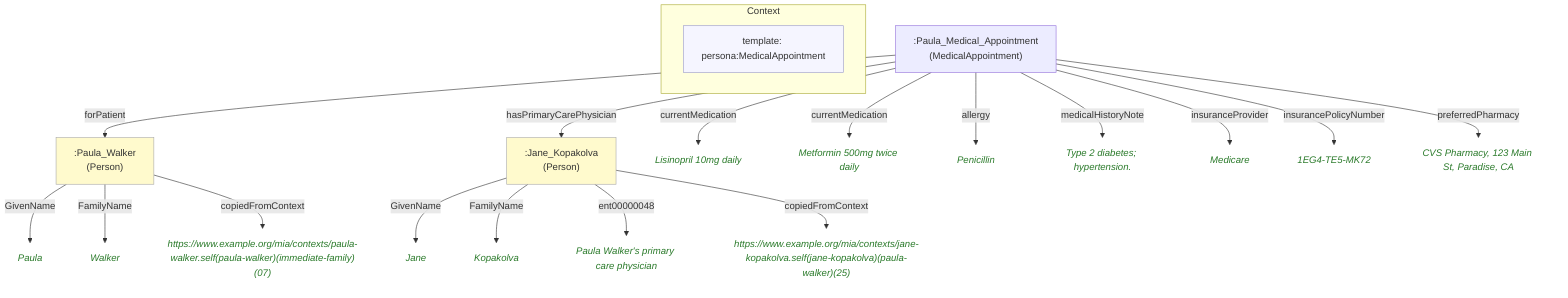
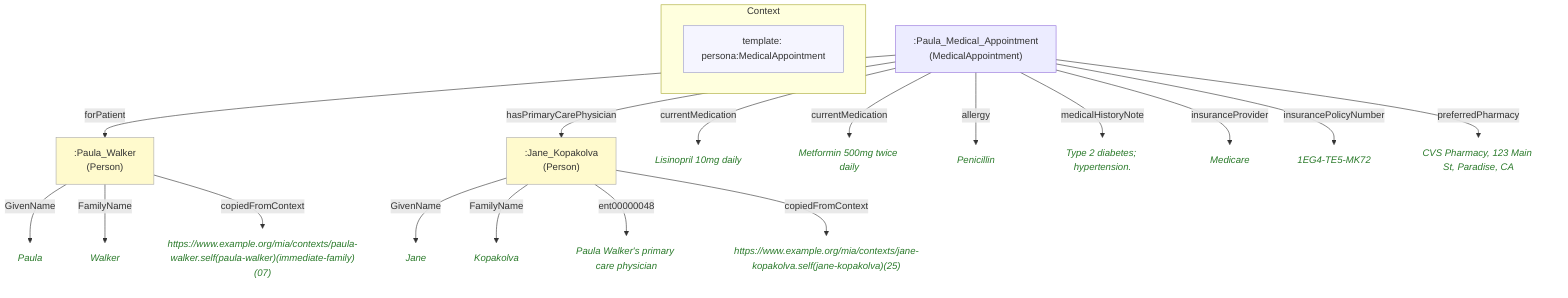
flowchart TD
    classDef person fill:#fffacd,stroke:#aaa,color:#333
    classDef grp    fill:#d4edda,stroke:#aaa,color:#333
    classDef org    fill:#cce5ff,stroke:#aaa,color:#333
    classDef lit    fill:none,stroke:none,font-style:italic,color:#2a7a2a
    classDef meta   fill:#f5f5ff,stroke:#9999cc,color:#333

    subgraph ctx["Context"]
        direction LR
        ctx_meta["template: persona:MedicalAppointment"]:::meta
    end

    naf30988316a0[":Jane_Kopakolva\n(Person)"]:::person
-     nb5a79386b637("Jane"):::lit
-     nf19915727fda("Kopakolva"):::lit
-     nfb9822d14067("Paula Walker's primary care physician"):::lit
-     n0f5c2d3385d8("https://www.example.org/mia/contexts/jane-kopakolva.self(jane-kopakolva)(paula-walker)(25)"):::lit
+     naaa9d4c22ddf("Jane"):::lit
+     nff001e4f88c6("Kopakolva"):::lit
+     nbb5efde7e84c("Paula Walker's primary care physician"):::lit
+     nee24b79cc0b6("https://www.example.org/mia/contexts/jane-kopakolva.self(jane-kopakolva)(25)"):::lit
    n9c0041903ee1[":Paula_Medical_Appointment\n(MedicalAppointment)"]
    nf4296ab13de4[":Paula_Walker\n(Person)"]:::person
    nd3d68245abd1("Lisinopril 10mg daily"):::lit
    n75726e1c0322("Metformin 500mg twice daily"):::lit
    n7461808b07a8("Penicillin"):::lit
    n798c153b9d63("Type 2 diabetes; hypertension."):::lit
    nb048c127c644("Medicare"):::lit
    nd767c2e2c89d("1EG4-TE5-MK72"):::lit
    nfb1be0ec8e6d("CVS Pharmacy, 123 Main St, Paradise, CA"):::lit
-     n0fbc1b1412b3("Paula"):::lit
-     n5a1a991cfc79("Walker"):::lit
+     n9225a2c49498("Paula"):::lit
+     n74ae70a7f31c("Walker"):::lit
    n431bdc7d334e("https://www.example.org/mia/contexts/paula-walker.self(paula-walker)(immediate-family)(07)"):::lit

-     naf30988316a0 -->|"GivenName"| nb5a79386b637
-     naf30988316a0 -->|"FamilyName"| nf19915727fda
-     naf30988316a0 -->|"ent00000048"| nfb9822d14067
-     naf30988316a0 -->|"copiedFromContext"| n0f5c2d3385d8
+     naf30988316a0 -->|"GivenName"| naaa9d4c22ddf
+     naf30988316a0 -->|"FamilyName"| nff001e4f88c6
+     naf30988316a0 -->|"ent00000048"| nbb5efde7e84c
+     naf30988316a0 -->|"copiedFromContext"| nee24b79cc0b6
    n9c0041903ee1 -->|"forPatient"| nf4296ab13de4
    n9c0041903ee1 -->|"hasPrimaryCarePhysician"| naf30988316a0
    n9c0041903ee1 -->|"currentMedication"| nd3d68245abd1
    n9c0041903ee1 -->|"currentMedication"| n75726e1c0322
    n9c0041903ee1 -->|"allergy"| n7461808b07a8
    n9c0041903ee1 -->|"medicalHistoryNote"| n798c153b9d63
    n9c0041903ee1 -->|"insuranceProvider"| nb048c127c644
    n9c0041903ee1 -->|"insurancePolicyNumber"| nd767c2e2c89d
    n9c0041903ee1 -->|"preferredPharmacy"| nfb1be0ec8e6d
-     nf4296ab13de4 -->|"GivenName"| n0fbc1b1412b3
-     nf4296ab13de4 -->|"FamilyName"| n5a1a991cfc79
+     nf4296ab13de4 -->|"GivenName"| n9225a2c49498
+     nf4296ab13de4 -->|"FamilyName"| n74ae70a7f31c
    nf4296ab13de4 -->|"copiedFromContext"| n431bdc7d334e
